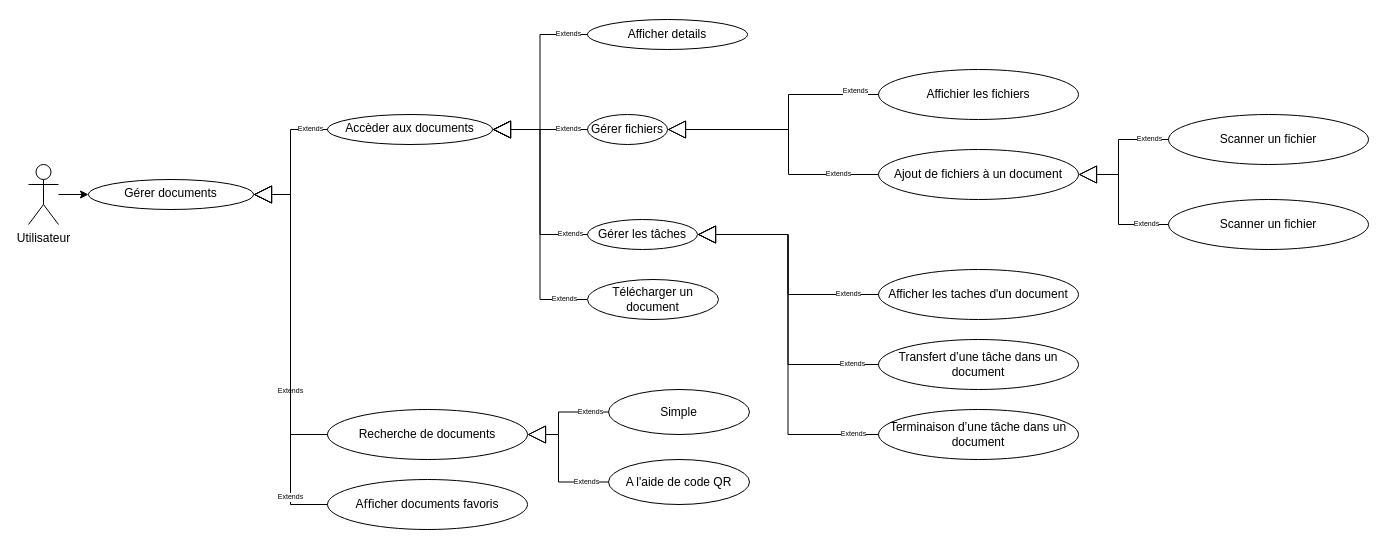
PFE-Neoledge-2023/rapport keeps this draw.io diagram as UseCaseSprint3.drawio. Above is the earlier version. Source tidied: cells renumbered, new cells numbered last; positions are measured from the earlier drawing's top-left corner, leaving out a move shared by most shapes. Both pictures are drawn from the tidied source at 100%, with x=0, y=0 at pixel (28, 19).
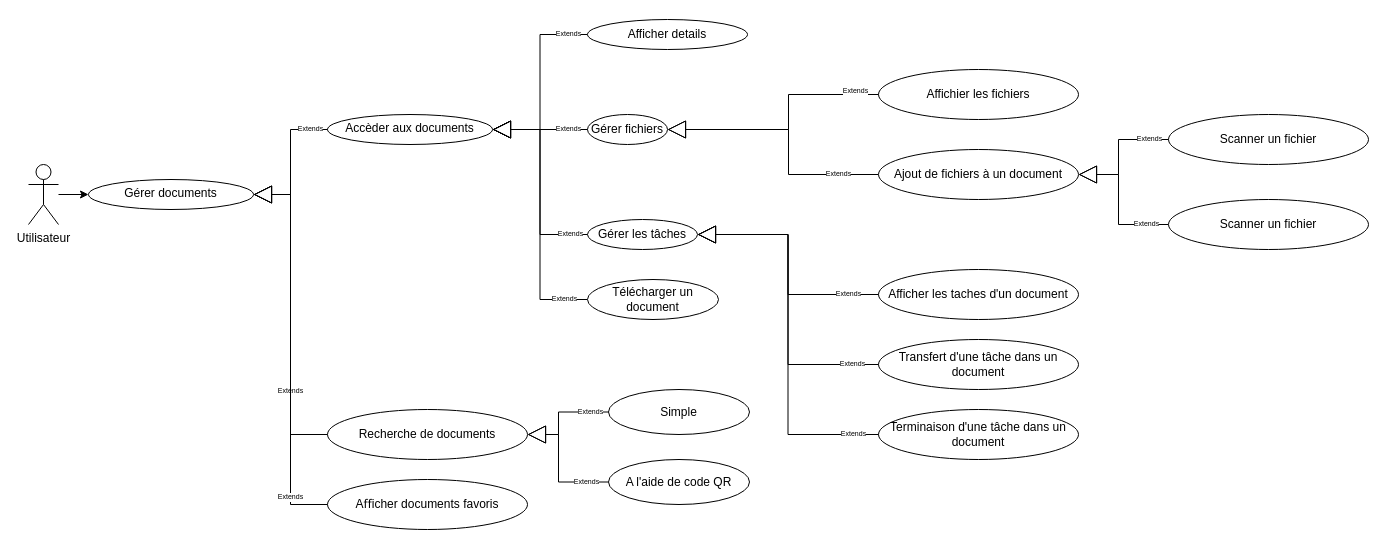
After the change.

The edit, as a diff of the source:
```diff
@@
-    <mxCell id="11" value="Terminaison&amp;nbsp;d’une tâche dans&amp;nbsp;&lt;span style=&quot;border-color: var(--border-color); background-color: initial;&quot;&gt;un document&lt;/span&gt;" style="ellipse;whiteSpace=wrap;html=1;" parent="1" vertex="1">
+    <mxCell id="11" value="Terminaison&amp;nbsp;d'une tâche dans&amp;nbsp;&lt;span style=&quot;border-color: var(--border-color); background-color: initial;&quot;&gt;un document&lt;/span&gt;" style="ellipse;whiteSpace=wrap;html=1;" parent="1" vertex="1">
       <mxGeometry x="850" y="390" width="200" height="50" as="geometry" />
     </mxCell>
-    <mxCell id="12" value="Transfert d’une tâche dans&amp;nbsp;&lt;span style=&quot;border-color: var(--border-color); background-color: initial;&quot;&gt;un document&lt;/span&gt;" style="ellipse;whiteSpace=wrap;html=1;" parent="1" vertex="1">
+    <mxCell id="12" value="Transfert d'une tâche dans&amp;nbsp;&lt;span style=&quot;border-color: var(--border-color); background-color: initial;&quot;&gt;un document&lt;/span&gt;" style="ellipse;whiteSpace=wrap;html=1;" parent="1" vertex="1">
       <mxGeometry x="850" y="320" width="200" height="50" as="geometry" />
     </mxCell>
```
